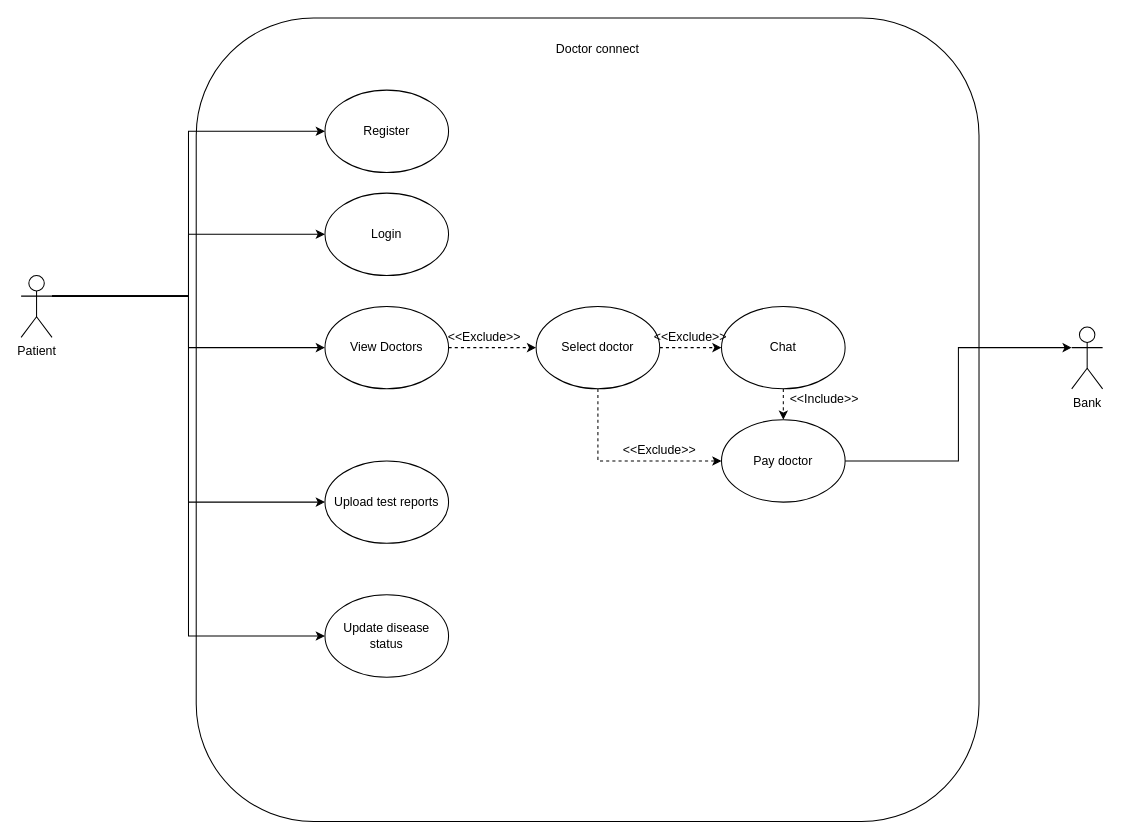
Before: page "Patient" (3 of 5) of STQA.drawio in MohitBurkule/doctorconnect, a draw.io diagram. Source tidied: cells renumbered, new cells numbered last; positions are measured from the earlier drawing's top-left corner, leaving out a move shared by most shapes. Both pictures are drawn from the tidied source at 103%, with x=0, y=0 at pixel (21, 18).
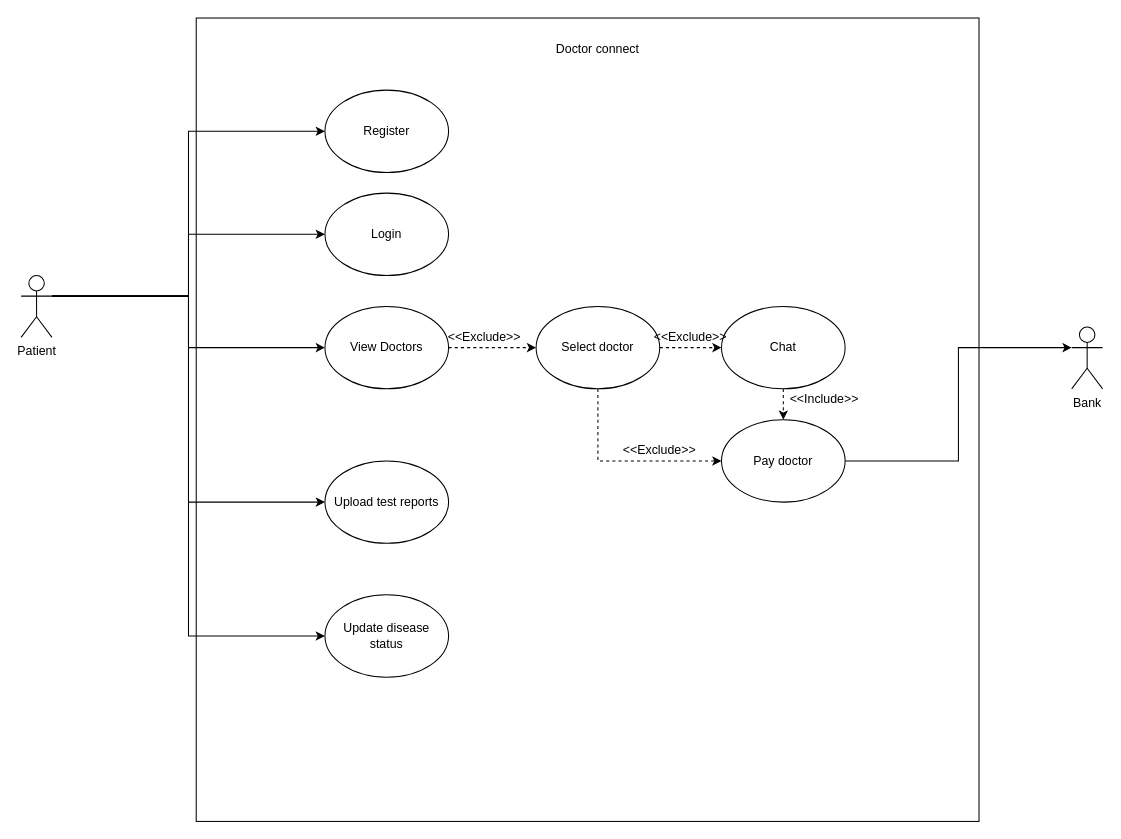
Above is the later version.

The edit, as a diff of the source:
```diff
@@
-    <mxCell id="2" style="rounded=1;whiteSpace=wrap;html=1;" parent="1" vertex="1">
+    <mxCell id="2" style="rounded=0;whiteSpace=wrap;html=1;" parent="1" vertex="1">
       <mxGeometry x="170" width="760" height="780" as="geometry" />
     </mxCell>
```
